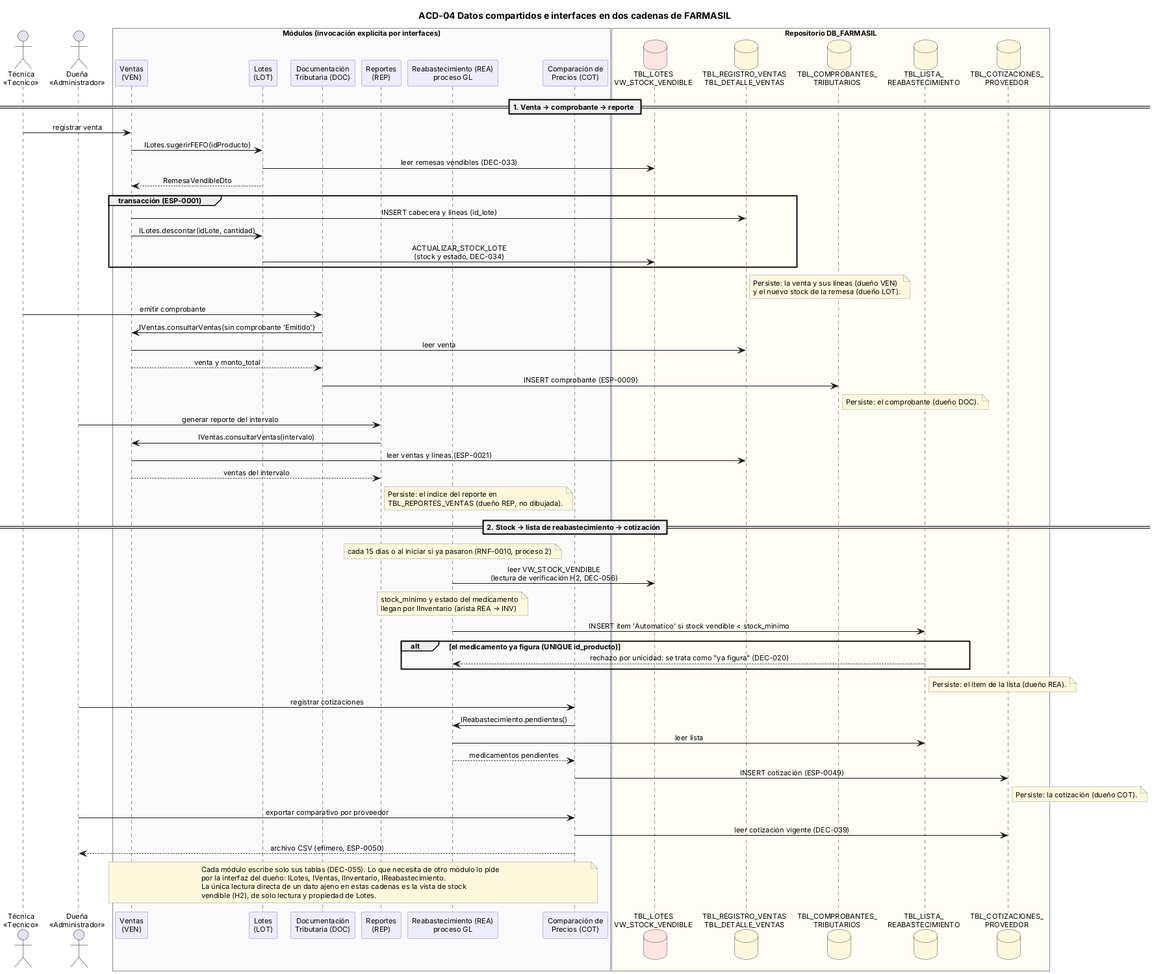
The PlantUML diagram docs/diagramas/ACD-04_DatosCompartidosInterfaces.png in Luis-Ayben-Chahua-Charca/Farmasil_App, before a commit.
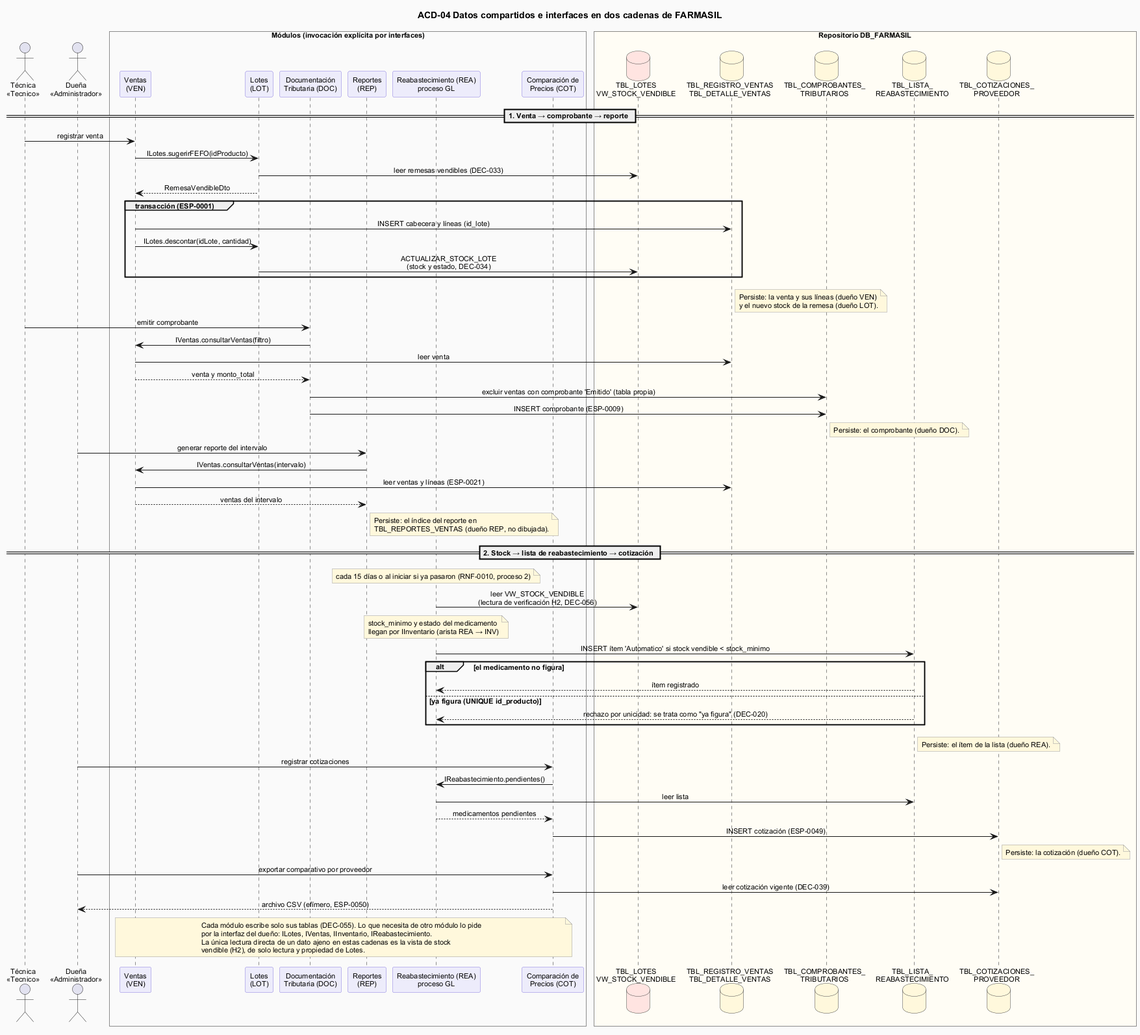
After the change.

Commit message:
docs(arquitectura): completar la arquitectura centrada en datos con DEC-058 y DEC-059

The edit, as a diff of the source:
```diff
@@ -50,9 +50,10 @@
 end note
 
 TEC -> DOC : emitir comprobante
-DOC -> VEN : IVentas.consultarVentas(sin comprobante 'Emitido')
+DOC -> VEN : IVentas.consultarVentas(filtro)
 VEN -> TRV : leer venta
 VEN --> DOC : venta y monto_total
+DOC -> TCMP : excluir ventas con comprobante 'Emitido' (tabla propia)
 DOC -> TCMP : INSERT comprobante (ESP-0009)
 note right of TCMP : Persiste: el comprobante (dueño DOC).
 
@@ -67,7 +68,9 @@
 REA -> TLOT : leer VW_STOCK_VENDIBLE\n(lectura de verificación H2, DEC-056)
 note over REA : stock_minimo y estado del medicamento\nllegan por IInventario (arista REA → INV)
 REA -> TLRE : INSERT ítem 'Automatico' si stock vendible < stock_minimo
-alt el medicamento ya figura (UNIQUE id_producto)
+alt el medicamento no figura
+  TLRE --> REA : ítem registrado
+else ya figura (UNIQUE id_producto)
   TLRE --> REA : rechazo por unicidad: se trata como "ya figura" (DEC-020)
 end
 note right of TLRE : Persiste: el ítem de la lista (dueño REA).
```
